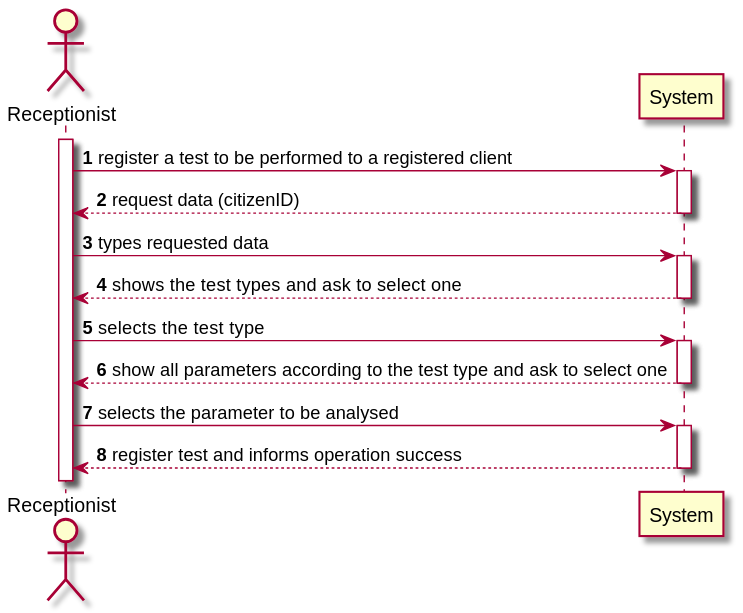
0franciscor/lei-21-s2-1de-g19 keeps this PlantUML diagram as docs/SprintC/US04/US04-SSD.svg. Above is the earlier version.
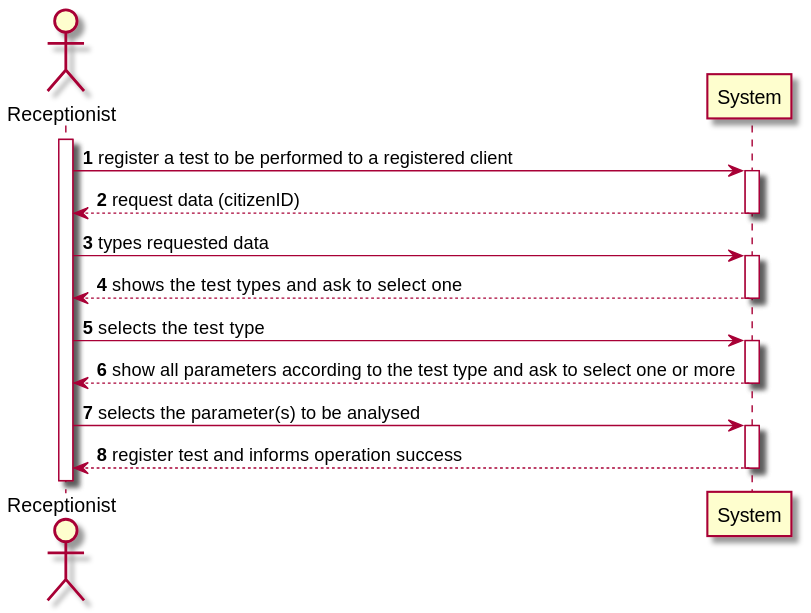
The same diagram one commit later.

Change to the diagram source:
```diff
@@ -9,7 +9,7 @@
 R -> System ++: types requested data
 System --> R --: shows the test types and ask to select one
 R -> System ++: selects the test type
-System --> R --: show all parameters according to the test type and ask to select one
-R -> System ++: selects the parameter to be analysed
+System --> R --: show all parameters according to the test type and ask to select one or more
+R -> System ++: selects the parameter(s) to be analysed
 System --> R --: register test and informs operation success
 @enduml
```
